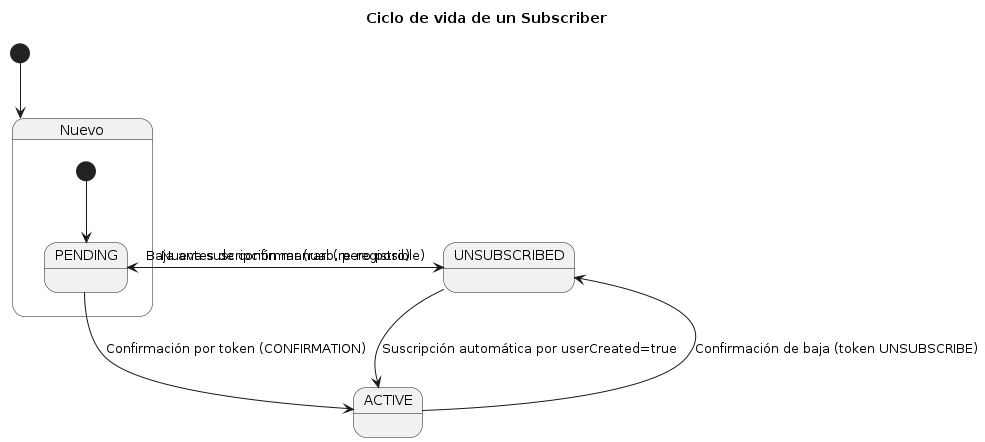
Earlier version of the PlantUML export out/plantUML/subscriber_state__diagram/state_diagram_subscriber.png (raullopezpenalva/Newsletter-Service).
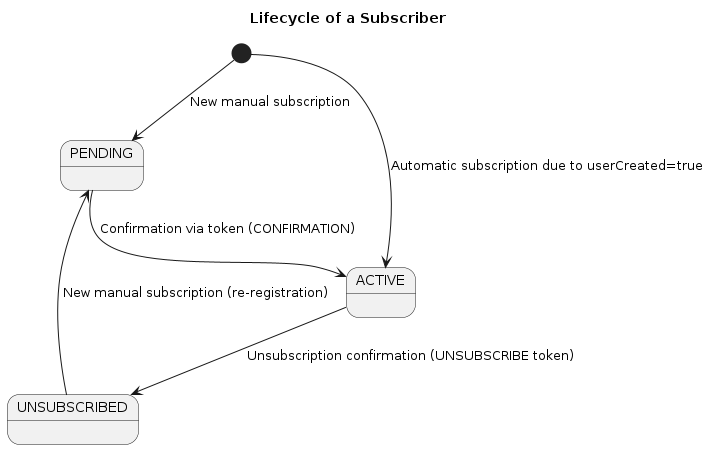
The same diagram one commit later.

Commit message:
Update subscriber state diagram to improve title and clarify state transitions

Change to the diagram source:
```diff
@@ -1,17 +1,12 @@
 @startuml state_diagram_subscriber
 
-title Ciclo de vida de un Subscriber
+title Lifecycle of a Subscriber
 
-[*] --> Nuevo
+[*] --> PENDING : New manual subscription
+[*] --> ACTIVE : Automatic subscription due to userCreated=true
 
-state Nuevo {
-    [*] --> PENDING
-}
-
-PENDING --> ACTIVE : Confirmación por token (CONFIRMATION)
-PENDING --> UNSUBSCRIBED : Baja antes de confirmar (raro, pero posible)
-ACTIVE --> UNSUBSCRIBED : Confirmación de baja (token UNSUBSCRIBE)
-UNSUBSCRIBED --> PENDING : Nueva suscripción manual (re-registro)
-UNSUBSCRIBED --> ACTIVE : Suscripción automática por userCreated=true
+PENDING --> ACTIVE : Confirmation via token (CONFIRMATION)
+ACTIVE --> UNSUBSCRIBED : Unsubscription confirmation (UNSUBSCRIBE token)
+UNSUBSCRIBED --> PENDING : New manual subscription (re-registration)
 
 @enduml
```
